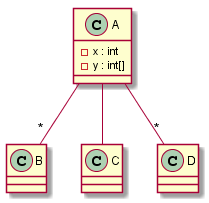
Before: JavaUMLParser/src/test/resources/Test-Case-1/output.png, a diagram exported from PlantUML (MeenakshiParyani/CMPE-202).
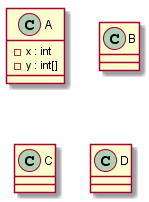
Above is the later version.

Change to the diagram source:
```diff
@@ -13,7 +13,4 @@
 class D {
 }
 
-A -- " *" B
-A -- C
-A -- " *" D
 @enduml
```
